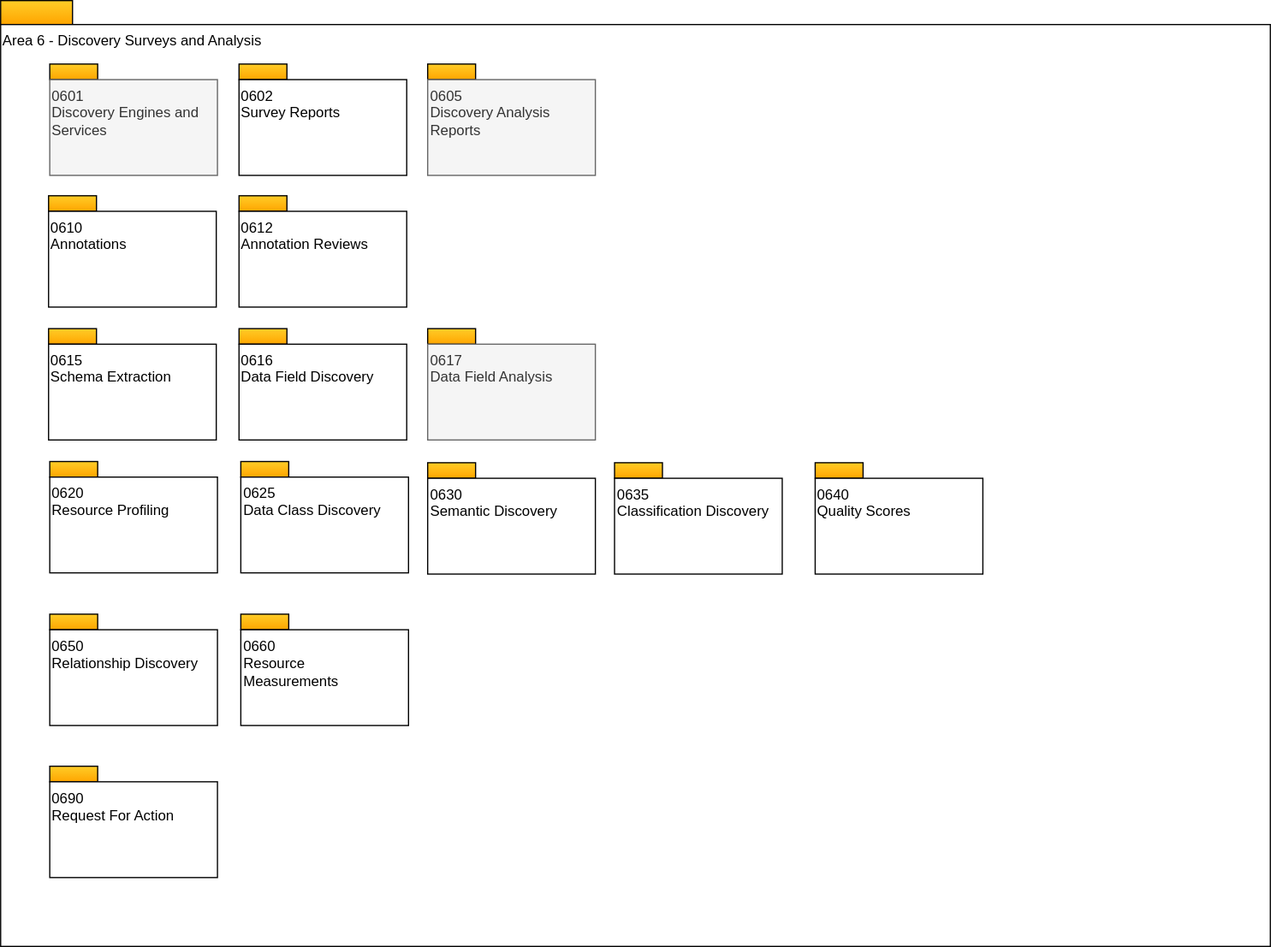
This is site/docs/types/6/area-6-discovery-overview.svg from odpi/egeria-docs, a draw.io export, as it was before one commit. Source tidied: cells renumbered, new cells last; positions are measured from the earlier drawing's top-left corner, leaving out a move shared by most shapes.
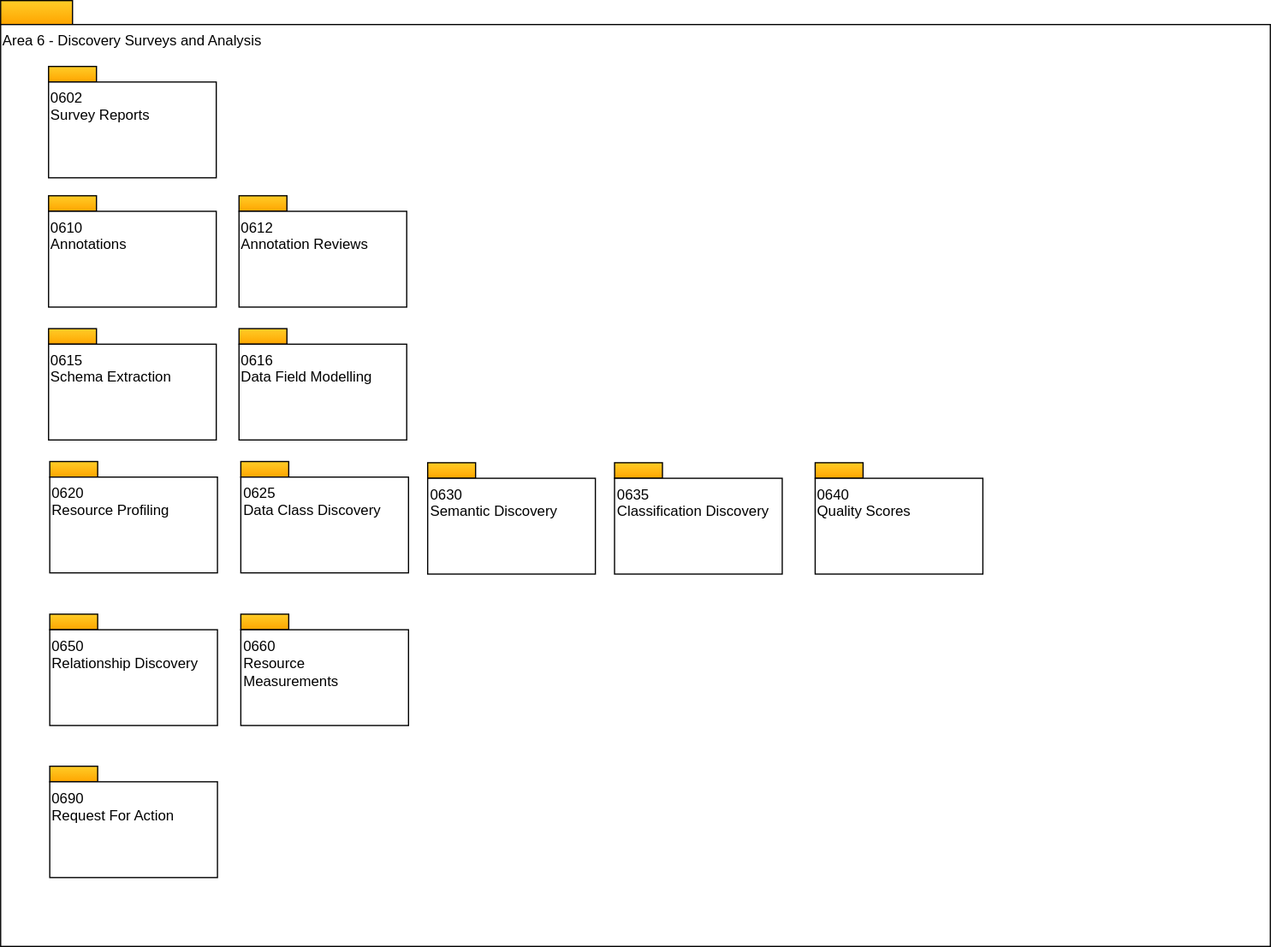
After the change.

Diff of the diagram source:
```diff
@@ -21,10 +21,10 @@
       <mxGeometry x="199" y="176" width="140" height="80" as="geometry" />
     </mxCell>
     <mxCell id="8" style="rounded=0;whiteSpace=wrap;html=1;align=left;fillColor=#ffcd28;strokeColor=#000000;gradientColor=#ffa500;" parent="1" vertex="1">
-      <mxGeometry x="199" y="53" width="40" height="13" as="geometry" />
+      <mxGeometry x="40" y="55" width="40" height="13" as="geometry" />
     </mxCell>
     <mxCell id="9" value="0602&lt;br&gt;Survey Reports" style="rounded=0;whiteSpace=wrap;html=1;align=left;verticalAlign=top;" parent="1" vertex="1">
-      <mxGeometry x="199" y="66" width="140" height="80" as="geometry" />
+      <mxGeometry x="40" y="68" width="140" height="80" as="geometry" />
     </mxCell>
     <mxCell id="10" style="rounded=0;whiteSpace=wrap;html=1;align=left;fillColor=#ffcd28;strokeColor=#000000;gradientColor=#ffa500;" parent="1" vertex="1">
       <mxGeometry x="41" y="385" width="40" height="13" as="geometry" />
@@ -75,34 +75,16 @@
       <mxGeometry x="680" y="399" width="140" height="80" as="geometry" />
     </mxCell>
     <mxCell id="26" style="rounded=0;whiteSpace=wrap;html=1;align=left;fillColor=#ffcd28;strokeColor=#000000;gradientColor=#ffa500;" parent="1" vertex="1">
-      <mxGeometry x="41" y="53" width="40" height="13" as="geometry" />
+      <mxGeometry x="40" y="274" width="40" height="13" as="geometry" />
     </mxCell>
-    <mxCell id="27" value="0601&lt;br&gt;Discovery Engines and Services" style="rounded=0;whiteSpace=wrap;html=1;align=left;verticalAlign=top;fillColor=#f5f5f5;fontColor=#333333;strokeColor=#666666;" parent="1" vertex="1">
-      <mxGeometry x="41" y="66" width="140" height="80" as="geometry" />
+    <mxCell id="27" value="0615&lt;br&gt;Schema Extraction" style="rounded=0;whiteSpace=wrap;html=1;align=left;verticalAlign=top;" parent="1" vertex="1">
+      <mxGeometry x="40" y="287" width="140" height="80" as="geometry" />
     </mxCell>
     <mxCell id="28" style="rounded=0;whiteSpace=wrap;html=1;align=left;fillColor=#ffcd28;strokeColor=#000000;gradientColor=#ffa500;" parent="1" vertex="1">
-      <mxGeometry x="356.5" y="53" width="40" height="13" as="geometry" />
+      <mxGeometry x="199" y="274" width="40" height="13" as="geometry" />
     </mxCell>
-    <mxCell id="29" value="0605&lt;br&gt;Discovery Analysis&lt;br&gt;Reports" style="rounded=0;whiteSpace=wrap;html=1;align=left;verticalAlign=top;fillColor=#f5f5f5;fontColor=#333333;strokeColor=#666666;" parent="1" vertex="1">
-      <mxGeometry x="356.5" y="66" width="140" height="80" as="geometry" />
+    <mxCell id="29" value="0616&lt;br&gt;Data Field Modelling" style="rounded=0;whiteSpace=wrap;html=1;align=left;verticalAlign=top;" parent="1" vertex="1">
+      <mxGeometry x="199" y="287" width="140" height="80" as="geometry" />
     </mxCell>
-    <mxCell id="30" style="rounded=0;whiteSpace=wrap;html=1;align=left;fillColor=#ffcd28;strokeColor=#000000;gradientColor=#ffa500;" parent="1" vertex="1">
-      <mxGeometry x="40" y="274" width="40" height="13" as="geometry" />
-    </mxCell>
-    <mxCell id="31" value="0615&lt;br&gt;Schema Extraction" style="rounded=0;whiteSpace=wrap;html=1;align=left;verticalAlign=top;" parent="1" vertex="1">
-      <mxGeometry x="40" y="287" width="140" height="80" as="geometry" />
-    </mxCell>
-    <mxCell id="32" style="rounded=0;whiteSpace=wrap;html=1;align=left;fillColor=#ffcd28;strokeColor=#000000;gradientColor=#ffa500;" parent="1" vertex="1">
-      <mxGeometry x="199" y="274" width="40" height="13" as="geometry" />
-    </mxCell>
-    <mxCell id="33" value="0616&lt;br&gt;Data Field Discovery" style="rounded=0;whiteSpace=wrap;html=1;align=left;verticalAlign=top;" parent="1" vertex="1">
-      <mxGeometry x="199" y="287" width="140" height="80" as="geometry" />
-    </mxCell>
-    <mxCell id="34" style="rounded=0;whiteSpace=wrap;html=1;align=left;fillColor=#ffcd28;strokeColor=#000000;gradientColor=#ffa500;" parent="1" vertex="1">
-      <mxGeometry x="356.5" y="274" width="40" height="13" as="geometry" />
-    </mxCell>
-    <mxCell id="35" value="0617&lt;br&gt;Data Field Analysis" style="rounded=0;whiteSpace=wrap;html=1;align=left;verticalAlign=top;fillColor=#f5f5f5;fontColor=#333333;strokeColor=#666666;" parent="1" vertex="1">
-      <mxGeometry x="356.5" y="287" width="140" height="80" as="geometry" />
-    </mxCell>
   </root>
 </mxGraphModel>
```
